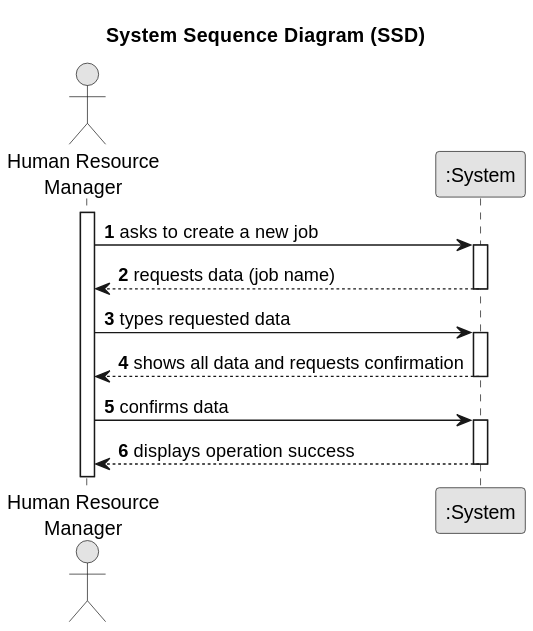
Above: docs/sprintB/us02/01.requirements-engineering/svg/us02-system-sequence-diagram.svg in yusufyilmaz00/Integral-Project-ISEP (PlantUML), before the change.
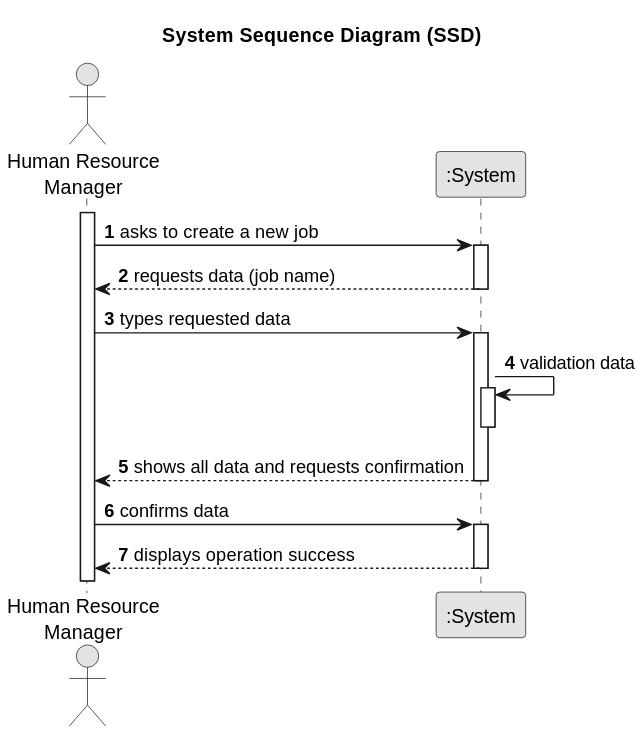
After the change.

Commit message:
update sequence diagram svg files

The edit, as a diff of the source:
```diff
@@ -21,6 +21,10 @@
     Manager -> System : types requested data
     activate System
 
+    System -> System : validation data
+    activate System
+    deactivate System
+
     System --> Manager : shows all data and requests confirmation
     deactivate System
 
```
